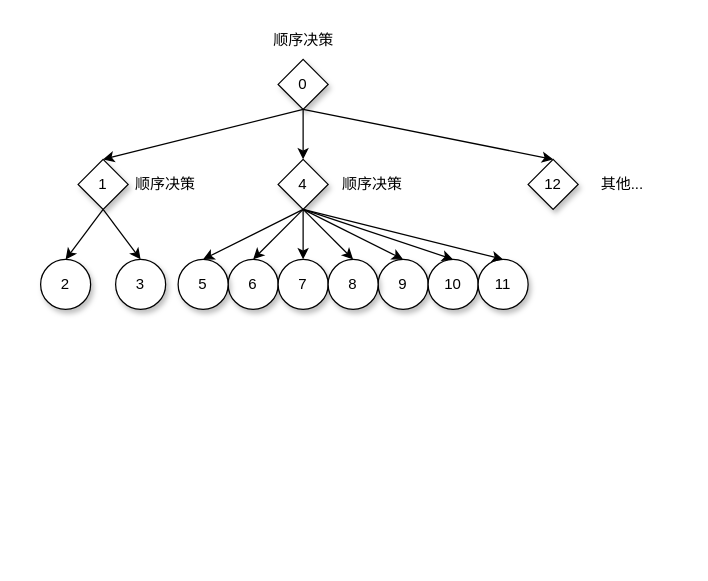
PrimedErwin/hello-world keeps this draw.io diagram as bt.drawio. Above is the earlier version. Source tidied: cells renumbered, new cells numbered last; positions are measured from the earlier drawing's top-left corner, leaving out a move shared by most shapes. Both pictures are drawn from the tidied source at 125%, with x=0, y=0 at pixel (40, 21).
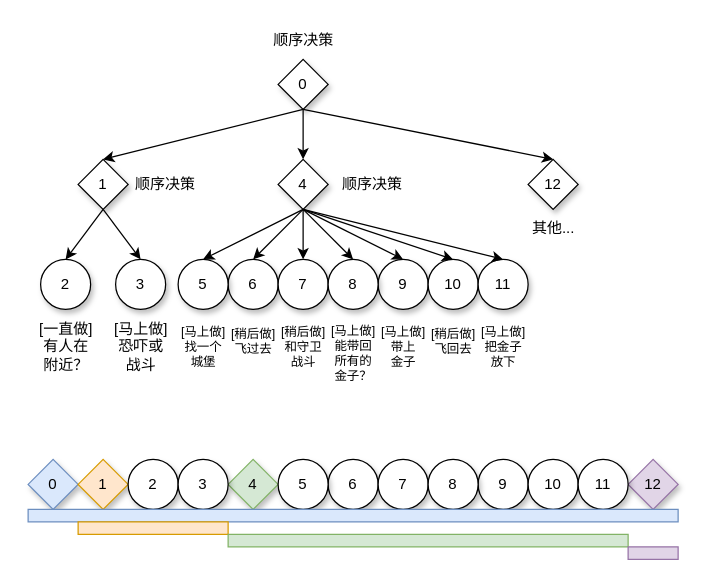
Above is the later version.

Change to the diagram source:
```diff
@@
     <mxCell id="30" value="其他..." style="text;html=1;align=center;verticalAlign=middle;strokeColor=none;fillColor=none;" parent="1" vertex="1">
-      <mxGeometry x="435" y="115" width="60" height="30" as="geometry" />
+      <mxGeometry x="380" y="150" width="60" height="30" as="geometry" />
     </mxCell>
+    <mxCell id="31" value="[一直做]&lt;div&gt;有人在&lt;/div&gt;&lt;div&gt;附近？&lt;/div&gt;" style="text;html=1;align=center;verticalAlign=middle;strokeColor=none;fillColor=none;" parent="1" vertex="1">
+      <mxGeometry x="-15" y="230" width="70" height="60" as="geometry" />
+    </mxCell>
+    <mxCell id="32" value="[马上做]&lt;div&gt;恐吓或&lt;/div&gt;&lt;div&gt;战斗&lt;/div&gt;" style="text;html=1;align=center;verticalAlign=middle;strokeColor=none;fillColor=none;" parent="1" vertex="1">
+      <mxGeometry x="45" y="230" width="70" height="60" as="geometry" />
+    </mxCell>
+    <mxCell id="33" value="[马上做]&lt;div&gt;找一个&lt;/div&gt;&lt;div&gt;城堡&lt;/div&gt;" style="text;html=1;align=center;verticalAlign=middle;strokeColor=none;fillColor=none;fontSize=10;" parent="1" vertex="1">
+      <mxGeometry x="100" y="235" width="60" height="50" as="geometry" />
+    </mxCell>
+    <mxCell id="34" value="[稍后做]&lt;div&gt;飞过去&lt;/div&gt;" style="text;html=1;align=center;verticalAlign=middle;strokeColor=none;fillColor=none;fontSize=10;" parent="1" vertex="1">
+      <mxGeometry x="140" y="235" width="60" height="40" as="geometry" />
+    </mxCell>
+    <mxCell id="35" value="[稍后做]&lt;div&gt;和守卫&lt;/div&gt;&lt;div&gt;战斗&lt;/div&gt;" style="text;html=1;align=center;verticalAlign=middle;strokeColor=none;fillColor=none;fontSize=10;" parent="1" vertex="1">
+      <mxGeometry x="180" y="235" width="60" height="50" as="geometry" />
+    </mxCell>
+    <mxCell id="36" value="[马上做]&lt;div&gt;能带回&lt;/div&gt;&lt;div&gt;所有的&lt;/div&gt;&lt;div&gt;金子？&lt;/div&gt;" style="text;html=1;align=center;verticalAlign=middle;strokeColor=none;fillColor=none;fontSize=10;" parent="1" vertex="1">
+      <mxGeometry x="220" y="235" width="60" height="60" as="geometry" />
+    </mxCell>
+    <mxCell id="37" value="[马上做]&lt;div&gt;带上&lt;/div&gt;&lt;div&gt;金子&lt;/div&gt;" style="text;html=1;align=center;verticalAlign=middle;strokeColor=none;fillColor=none;fontSize=10;" parent="1" vertex="1">
+      <mxGeometry x="260" y="235" width="60" height="50" as="geometry" />
+    </mxCell>
+    <mxCell id="38" value="[稍后做]&lt;div&gt;飞回去&lt;/div&gt;" style="text;html=1;align=center;verticalAlign=middle;strokeColor=none;fillColor=none;fontSize=10;" parent="1" vertex="1">
+      <mxGeometry x="300" y="235" width="60" height="40" as="geometry" />
+    </mxCell>
+    <mxCell id="39" value="[马上做]&lt;div&gt;把金子&lt;/div&gt;&lt;div&gt;放下&lt;/div&gt;" style="text;html=1;align=center;verticalAlign=middle;strokeColor=none;fillColor=none;fontSize=10;" parent="1" vertex="1">
+      <mxGeometry x="340" y="235" width="60" height="50" as="geometry" />
+    </mxCell>
+    <mxCell id="40" value="0" style="rhombus;whiteSpace=wrap;html=1;shadow=1;fillColor=#dae8fc;strokeColor=#6c8ebf;" parent="1" vertex="1">
+      <mxGeometry x="-10" y="350" width="40" height="40" as="geometry" />
+    </mxCell>
+    <mxCell id="41" value="9" style="ellipse;whiteSpace=wrap;html=1;shadow=1;" parent="1" vertex="1">
+      <mxGeometry x="350" y="350" width="40" height="40" as="geometry" />
+    </mxCell>
+    <mxCell id="42" value="4" style="rhombus;whiteSpace=wrap;html=1;shadow=1;fillColor=#d5e8d4;strokeColor=#82b366;" parent="1" vertex="1">
+      <mxGeometry x="150" y="350" width="40" height="40" as="geometry" />
+    </mxCell>
+    <mxCell id="43" value="1" style="rhombus;whiteSpace=wrap;html=1;shadow=1;fillColor=#ffe6cc;strokeColor=#d79b00;" parent="1" vertex="1">
+      <mxGeometry x="30" y="350" width="40" height="40" as="geometry" />
+    </mxCell>
+    <mxCell id="44" value="12" style="rhombus;whiteSpace=wrap;html=1;shadow=1;fillColor=#e1d5e7;strokeColor=#9673a6;" parent="1" vertex="1">
+      <mxGeometry x="470" y="350" width="40" height="40" as="geometry" />
+    </mxCell>
+    <mxCell id="45" value="10" style="ellipse;whiteSpace=wrap;html=1;shadow=1;" parent="1" vertex="1">
+      <mxGeometry x="390" y="350" width="40" height="40" as="geometry" />
+    </mxCell>
+    <mxCell id="46" value="11" style="ellipse;whiteSpace=wrap;html=1;shadow=1;" parent="1" vertex="1">
+      <mxGeometry x="430" y="350" width="40" height="40" as="geometry" />
+    </mxCell>
+    <mxCell id="47" value="6" style="ellipse;whiteSpace=wrap;html=1;shadow=1;" parent="1" vertex="1">
+      <mxGeometry x="230" y="350" width="40" height="40" as="geometry" />
+    </mxCell>
+    <mxCell id="48" value="7" style="ellipse;whiteSpace=wrap;html=1;shadow=1;" parent="1" vertex="1">
+      <mxGeometry x="270" y="350" width="40" height="40" as="geometry" />
+    </mxCell>
+    <mxCell id="49" value="8" style="ellipse;whiteSpace=wrap;html=1;shadow=1;" parent="1" vertex="1">
+      <mxGeometry x="310" y="350" width="40" height="40" as="geometry" />
+    </mxCell>
+    <mxCell id="50" value="2" style="ellipse;whiteSpace=wrap;html=1;shadow=1;" parent="1" vertex="1">
+      <mxGeometry x="70" y="350" width="40" height="40" as="geometry" />
+    </mxCell>
+    <mxCell id="51" value="3" style="ellipse;whiteSpace=wrap;html=1;shadow=1;" parent="1" vertex="1">
+      <mxGeometry x="110" y="350" width="40" height="40" as="geometry" />
+    </mxCell>
+    <mxCell id="52" value="5" style="ellipse;whiteSpace=wrap;html=1;shadow=1;" parent="1" vertex="1">
+      <mxGeometry x="190" y="350" width="40" height="40" as="geometry" />
+    </mxCell>
+    <mxCell id="53" style="rounded=0;whiteSpace=wrap;html=1;fillColor=#dae8fc;strokeColor=#6c8ebf;" parent="1" vertex="1">
+      <mxGeometry x="-10" y="390" width="520" height="10" as="geometry" />
+    </mxCell>
+    <mxCell id="54" style="rounded=0;whiteSpace=wrap;html=1;fillColor=#ffe6cc;strokeColor=#d79b00;" parent="1" vertex="1">
+      <mxGeometry x="30" y="400" width="120" height="10" as="geometry" />
+    </mxCell>
+    <mxCell id="55" style="rounded=0;whiteSpace=wrap;html=1;fillColor=#d5e8d4;strokeColor=#82b366;" parent="1" vertex="1">
+      <mxGeometry x="150" y="410" width="320" height="10" as="geometry" />
+    </mxCell>
+    <mxCell id="56" style="rounded=0;whiteSpace=wrap;html=1;fillColor=#e1d5e7;strokeColor=#9673a6;" parent="1" vertex="1">
+      <mxGeometry x="470" y="420" width="40" height="10" as="geometry" />
+    </mxCell>
```
